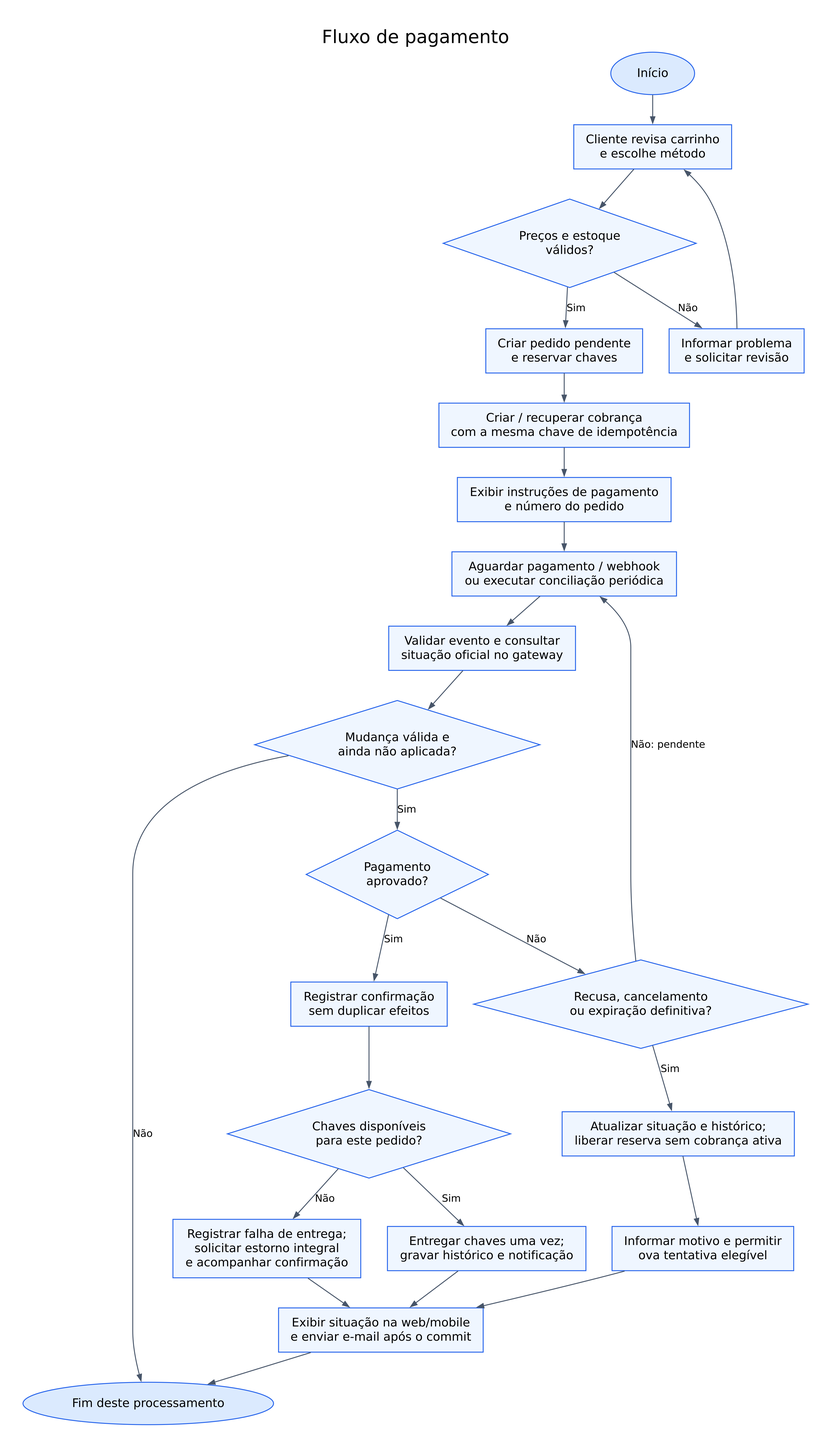
This is documentacao/evolucao/diagramas/05-fluxograma-pagamento.png from Mumurilo375/nexusFull, a PlantUML export, as it was before one commit. Its source is kept beside it as documentacao/evolucao/diagramas/05-fluxograma-pagamento.puml. The source it was exported from:
```plantuml
@startdot
digraph Pagamento {
  graph [bgcolor="white", rankdir=TB, pad=0.35, nodesep=0.4, ranksep=0.45,
    fontname="DejaVu Sans", fontsize=20, label="Fluxo de pagamento", labelloc=t];
  node [shape=box, style="filled", fillcolor="#EFF6FF", color="#2563EB",
    fontname="DejaVu Sans", fontsize=13, margin="0.18,0.12"];
  edge [color="#475569", fontname="DejaVu Sans", fontsize=11, arrowsize=0.7];

  inicio [shape=oval, fillcolor="#DBEAFE", label="Início"];
  revisar [label="Cliente revisa carrinho\ne escolhe método"];
  validar [shape=diamond, label="Preços e estoque\nválidos?"];
  corrigir [label="Informar problema\ne solicitar revisão"];
  reservar [label="Criar pedido pendente\ne reservar chaves"];
  cobrar [label="Criar / recuperar cobrança\ncom a mesma chave de idempotência"];
  exibir [label="Exibir instruções de pagamento\ne número do pedido"];
  aguardar [label="Aguardar pagamento / webhook\nou executar conciliação periódica"];
  verificar [label="Validar evento e consultar\nsituação oficial no gateway"];
  novo [shape=diamond, label="Mudança válida e\nainda não aplicada?"];
  confirmado [shape=diamond, label="Pagamento\naprovado?"];
  terminal [shape=diamond, label="Recusa, cancelamento\nou expiração definitiva?"];
  encerrar [label="Atualizar situação e histórico;\nliberar reserva sem cobrança ativa"];
  comunicar [label="Informar motivo e permitir\nova tentativa elegível"];
  registrar [label="Registrar confirmação\nsem duplicar efeitos"];
  estoque [shape=diamond, label="Chaves disponíveis\npara este pedido?"];
  entregar [label="Entregar chaves uma vez;\ngravar histórico e notificação"];
  estornar [label="Registrar falha de entrega;\nsolicitar estorno integral\ne acompanhar confirmação"];
  avisar [label="Exibir situação na web/mobile\ne enviar e-mail após o commit"];
  fim [shape=oval, fillcolor="#DBEAFE", label="Fim deste processamento"];

  inicio -> revisar -> validar;
  validar -> reservar [label="Sim"];
  validar -> corrigir [label="Não"];
  corrigir -> revisar;
  reservar -> cobrar -> exibir -> aguardar -> verificar -> novo;
  novo -> confirmado [label="Sim"];
  novo -> fim [label="Não"];
  confirmado -> registrar [label="Sim"];
  confirmado -> terminal [label="Não"];
  terminal -> encerrar [label="Sim"];
  terminal -> aguardar [label="Não: pendente"];
  encerrar -> comunicar -> avisar;
  registrar -> estoque;
  estoque -> entregar [label="Sim"];
  estoque -> estornar [label="Não"];
  entregar -> avisar;
  estornar -> avisar;
  avisar -> fim;
}
@enddot
```
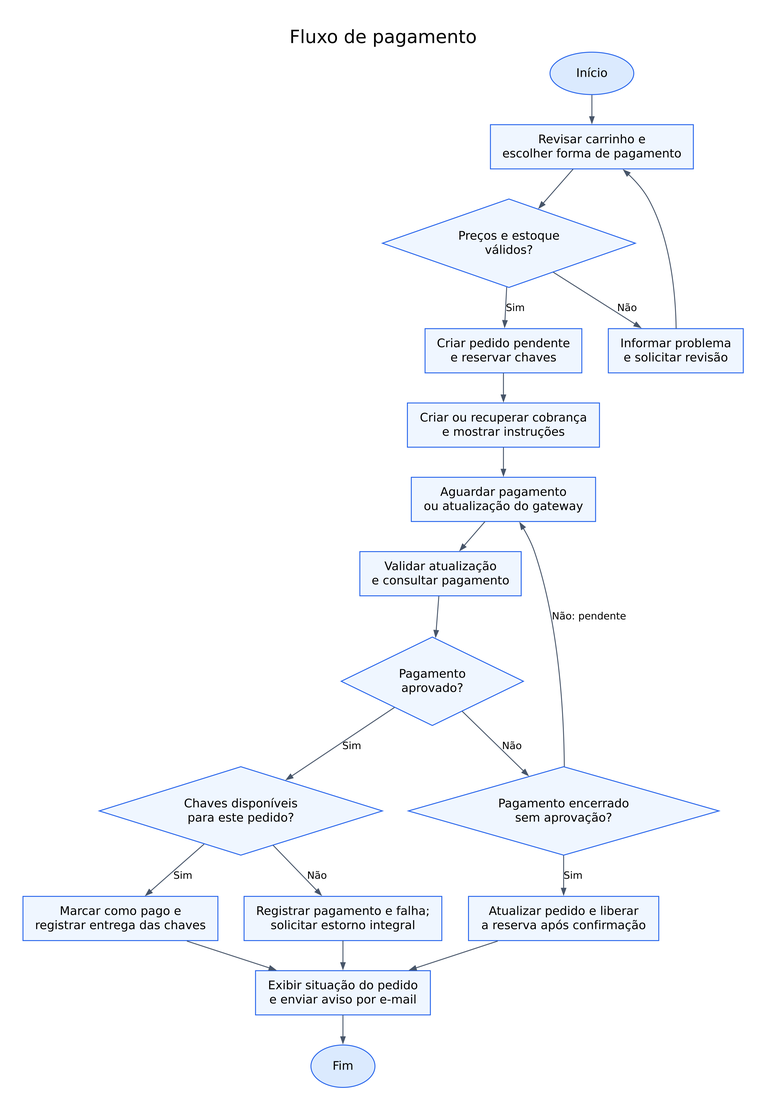
Later version of the same file.

What changed in the source:
```diff
@@ -7,39 +7,32 @@
   edge [color="#475569", fontname="DejaVu Sans", fontsize=11, arrowsize=0.7];
 
   inicio [shape=oval, fillcolor="#DBEAFE", label="Início"];
-  revisar [label="Cliente revisa carrinho\ne escolhe método"];
+  revisar [label="Revisar carrinho e\nescolher forma de pagamento"];
   validar [shape=diamond, label="Preços e estoque\nválidos?"];
   corrigir [label="Informar problema\ne solicitar revisão"];
   reservar [label="Criar pedido pendente\ne reservar chaves"];
-  cobrar [label="Criar / recuperar cobrança\ncom a mesma chave de idempotência"];
-  exibir [label="Exibir instruções de pagamento\ne número do pedido"];
-  aguardar [label="Aguardar pagamento / webhook\nou executar conciliação periódica"];
-  verificar [label="Validar evento e consultar\nsituação oficial no gateway"];
-  novo [shape=diamond, label="Mudança válida e\nainda não aplicada?"];
+  cobrar [label="Criar ou recuperar cobrança\ne mostrar instruções"];
+  aguardar [label="Aguardar pagamento\nou atualização do gateway"];
+  verificar [label="Validar atualização\ne consultar pagamento"];
   confirmado [shape=diamond, label="Pagamento\naprovado?"];
-  terminal [shape=diamond, label="Recusa, cancelamento\nou expiração definitiva?"];
-  encerrar [label="Atualizar situação e histórico;\nliberar reserva sem cobrança ativa"];
-  comunicar [label="Informar motivo e permitir\nova tentativa elegível"];
-  registrar [label="Registrar confirmação\nsem duplicar efeitos"];
+  terminal [shape=diamond, label="Pagamento encerrado\nsem aprovação?"];
+  encerrar [label="Atualizar pedido e liberar\na reserva após confirmação"];
   estoque [shape=diamond, label="Chaves disponíveis\npara este pedido?"];
-  entregar [label="Entregar chaves uma vez;\ngravar histórico e notificação"];
-  estornar [label="Registrar falha de entrega;\nsolicitar estorno integral\ne acompanhar confirmação"];
-  avisar [label="Exibir situação na web/mobile\ne enviar e-mail após o commit"];
-  fim [shape=oval, fillcolor="#DBEAFE", label="Fim deste processamento"];
+  entregar [label="Marcar como pago e\nregistrar entrega das chaves"];
+  estornar [label="Registrar pagamento e falha;\nsolicitar estorno integral"];
+  avisar [label="Exibir situação do pedido\ne enviar aviso por e-mail"];
+  fim [shape=oval, fillcolor="#DBEAFE", label="Fim"];
 
   inicio -> revisar -> validar;
   validar -> reservar [label="Sim"];
   validar -> corrigir [label="Não"];
   corrigir -> revisar;
-  reservar -> cobrar -> exibir -> aguardar -> verificar -> novo;
-  novo -> confirmado [label="Sim"];
-  novo -> fim [label="Não"];
-  confirmado -> registrar [label="Sim"];
+  reservar -> cobrar -> aguardar -> verificar -> confirmado;
+  confirmado -> estoque [label="Sim"];
   confirmado -> terminal [label="Não"];
   terminal -> encerrar [label="Sim"];
   terminal -> aguardar [label="Não: pendente"];
-  encerrar -> comunicar -> avisar;
-  registrar -> estoque;
+  encerrar -> avisar;
   estoque -> entregar [label="Sim"];
   estoque -> estornar [label="Não"];
   entregar -> avisar;
```
